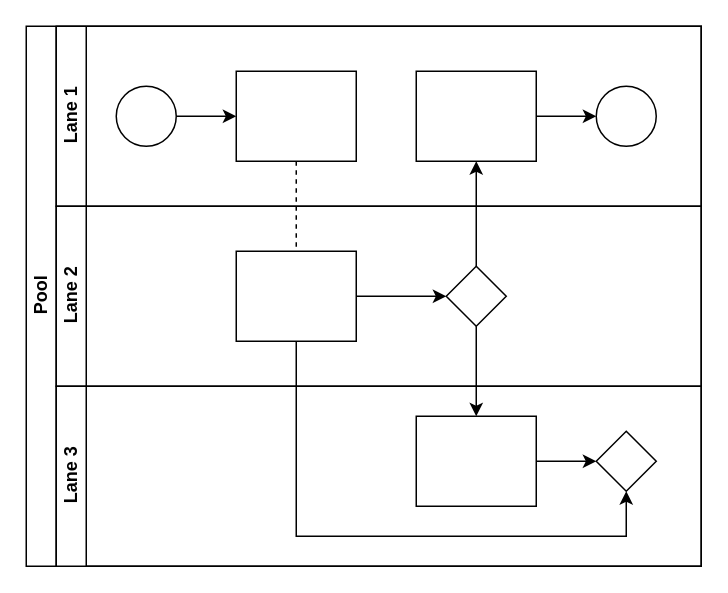
mtcl/userstory keeps this draw.io diagram as NotificationService.drawio. Above is the earlier version. Source tidied: cells renumbered, new cells numbered last; positions are measured from the earlier drawing's top-left corner, leaving out a move shared by most shapes. Both pictures are drawn from the tidied source at 150%, with x=0, y=0 at pixel (26, 26).
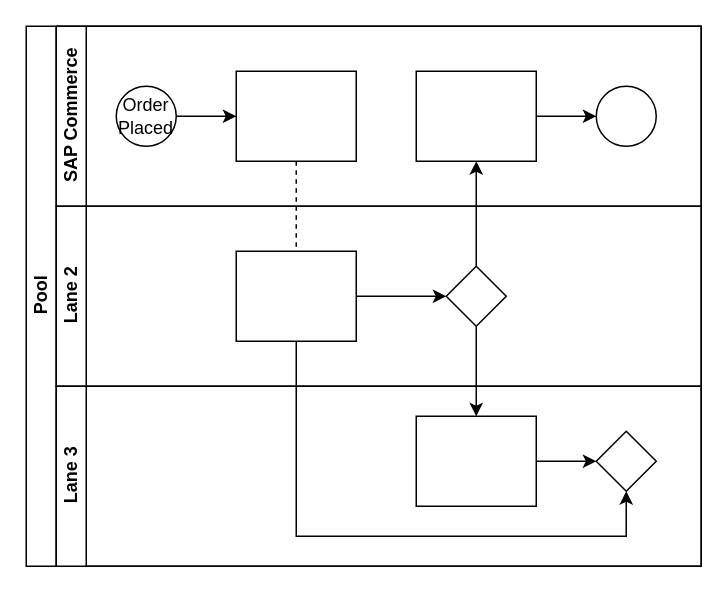
The same diagram, later.

Unchanged cells that the change refers to:
```xml
<mxCell id="2" value="Pool" style="swimlane;html=1;horizontal=0;startSize=20;" parent="1" vertex="1">
  <mxGeometry width="450" height="360" as="geometry" />
</mxCell>
```

The edit, as a diff of the source:
```diff
@@
-    <mxCell id="7" value="Lane 1" style="swimlane;html=1;startSize=20;horizontal=0;" parent="2" vertex="1">
+    <mxCell id="7" value="SAP Commerce" style="swimlane;html=1;startSize=20;horizontal=0;" parent="2" vertex="1">
       <mxGeometry x="20" width="430" height="120" as="geometry" />
     </mxCell>
@@
-    <mxCell id="9" style="ellipse;whiteSpace=wrap;html=1;" parent="7" vertex="1">
+    <mxCell id="9" value="Order Placed" style="ellipse;whiteSpace=wrap;html=1;" parent="7" vertex="1">
       <mxGeometry x="40" y="40" width="40" height="40" as="geometry" />
     </mxCell>
```
